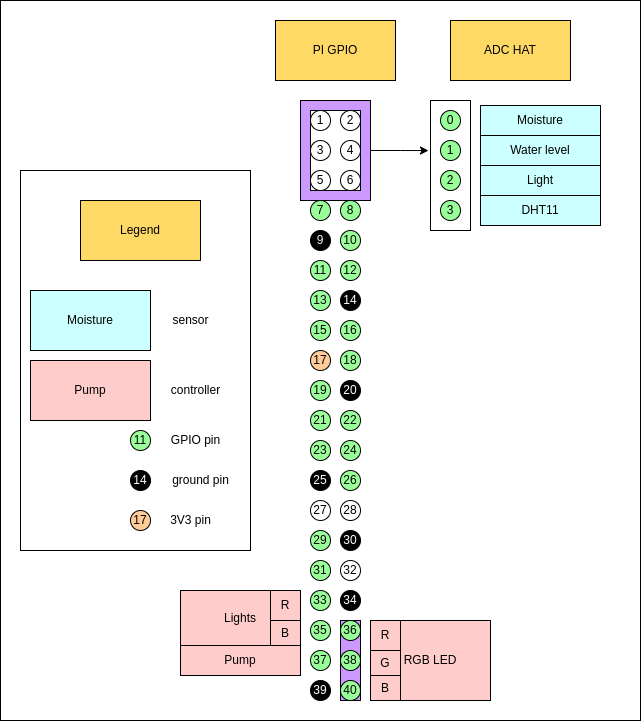
Before: .doc/images/PI_GPIO.drawio.png, a diagram exported from draw.io (farandg/potomatic-client). Source tidied: cells renumbered, new cells last; positions are measured from the earlier drawing's top-left corner, leaving out a move shared by most shapes. Its diagram source:
```xml
<mxGraphModel>
  <root>
    <mxCell id="0" />
    <mxCell id="1" parent="0" />
    <mxCell id="2" style="rounded=0;whiteSpace=wrap;html=1;strokeColor=default;fontColor=#000000;fillColor=#FFFFFF;" parent="1" vertex="1">
      <mxGeometry width="640" height="720" as="geometry" />
    </mxCell>
    <mxCell id="3" style="rounded=0;whiteSpace=wrap;html=1;fontColor=#FFFFFF;fillColor=#CC99FF;" parent="1" vertex="1">
      <mxGeometry x="340" y="620" width="20" height="80" as="geometry" />
    </mxCell>
    <mxCell id="4" style="edgeStyle=orthogonalEdgeStyle;rounded=0;jettySize=auto;html=1;entryX=-0.05;entryY=0.385;entryDx=0;entryDy=0;entryPerimeter=0;fontColor=#000000;" parent="1" edge="1" source="5" target="50">
      <mxGeometry relative="1" as="geometry" />
    </mxCell>
    <mxCell id="5" style="rounded=0;whiteSpace=wrap;html=1;fillColor=#CC99FF;" parent="1" vertex="1">
      <mxGeometry x="300" y="100" width="70" height="100" as="geometry" />
    </mxCell>
    <mxCell id="6" style="rounded=0;whiteSpace=wrap;html=1;fillColor=default;" parent="1" vertex="1">
      <mxGeometry x="310" y="110" width="50" height="80" as="geometry" />
    </mxCell>
    <mxCell id="7" value="1" style="ellipse;whiteSpace=wrap;html=1;" parent="1" vertex="1">
      <mxGeometry x="310" y="110" width="20" height="20" as="geometry" />
    </mxCell>
    <mxCell id="8" value="2" style="ellipse;whiteSpace=wrap;html=1;" parent="1" vertex="1">
      <mxGeometry x="340" y="110" width="20" height="20" as="geometry" />
    </mxCell>
    <mxCell id="9" value="4" style="ellipse;whiteSpace=wrap;html=1;" parent="1" vertex="1">
      <mxGeometry x="340" y="140" width="20" height="20" as="geometry" />
    </mxCell>
    <mxCell id="10" value="3" style="ellipse;whiteSpace=wrap;html=1;" parent="1" vertex="1">
      <mxGeometry x="310" y="140" width="20" height="20" as="geometry" />
    </mxCell>
    <mxCell id="11" value="6" style="ellipse;whiteSpace=wrap;html=1;" parent="1" vertex="1">
      <mxGeometry x="340" y="170" width="20" height="20" as="geometry" />
    </mxCell>
    <mxCell id="12" value="5" style="ellipse;whiteSpace=wrap;html=1;" parent="1" vertex="1">
      <mxGeometry x="310" y="170" width="20" height="20" as="geometry" />
    </mxCell>
    <mxCell id="13" value="8" style="ellipse;whiteSpace=wrap;html=1;fillColor=#99FF99;" parent="1" vertex="1">
      <mxGeometry x="340" y="200" width="20" height="20" as="geometry" />
    </mxCell>
    <mxCell id="14" value="7" style="ellipse;whiteSpace=wrap;html=1;fillColor=#99FF99;" parent="1" vertex="1">
      <mxGeometry x="310" y="200" width="20" height="20" as="geometry" />
    </mxCell>
    <mxCell id="15" value="10" style="ellipse;whiteSpace=wrap;html=1;fillColor=#99FF99;" parent="1" vertex="1">
      <mxGeometry x="340" y="230" width="20" height="20" as="geometry" />
    </mxCell>
    <mxCell id="16" value="&lt;font color=&quot;#f0f0f0&quot;&gt;9&lt;/font&gt;" style="ellipse;whiteSpace=wrap;html=1;fillColor=#000000;" parent="1" vertex="1">
      <mxGeometry x="310" y="230" width="20" height="20" as="geometry" />
    </mxCell>
    <mxCell id="17" value="&lt;font color=&quot;#ffffff&quot;&gt;20&lt;/font&gt;" style="ellipse;whiteSpace=wrap;html=1;fillColor=#000000;" parent="1" vertex="1">
      <mxGeometry x="340" y="380" width="20" height="20" as="geometry" />
    </mxCell>
    <mxCell id="18" value="19" style="ellipse;whiteSpace=wrap;html=1;fillColor=#99FF99;" parent="1" vertex="1">
      <mxGeometry x="310" y="380" width="20" height="20" as="geometry" />
    </mxCell>
    <mxCell id="19" value="11" style="ellipse;whiteSpace=wrap;html=1;fillColor=#99FF99;" parent="1" vertex="1">
      <mxGeometry x="310" y="260" width="20" height="20" as="geometry" />
    </mxCell>
    <mxCell id="20" value="12" style="ellipse;whiteSpace=wrap;html=1;fillColor=#99FF99;" parent="1" vertex="1">
      <mxGeometry x="340" y="260" width="20" height="20" as="geometry" />
    </mxCell>
    <mxCell id="21" value="&lt;font color=&quot;#ffffff&quot;&gt;14&lt;/font&gt;" style="ellipse;whiteSpace=wrap;html=1;fillColor=#000000;" parent="1" vertex="1">
      <mxGeometry x="340" y="290" width="20" height="20" as="geometry" />
    </mxCell>
    <mxCell id="22" value="13" style="ellipse;whiteSpace=wrap;html=1;fillColor=#99FF99;" parent="1" vertex="1">
      <mxGeometry x="310" y="290" width="20" height="20" as="geometry" />
    </mxCell>
    <mxCell id="23" value="15" style="ellipse;whiteSpace=wrap;html=1;fillColor=#99FF99;" parent="1" vertex="1">
      <mxGeometry x="310" y="320" width="20" height="20" as="geometry" />
    </mxCell>
    <mxCell id="24" value="16" style="ellipse;whiteSpace=wrap;html=1;fillColor=#99FF99;" parent="1" vertex="1">
      <mxGeometry x="340" y="320" width="20" height="20" as="geometry" />
    </mxCell>
    <mxCell id="25" value="18" style="ellipse;whiteSpace=wrap;html=1;fillColor=#99FF99;" parent="1" vertex="1">
      <mxGeometry x="340" y="350" width="20" height="20" as="geometry" />
    </mxCell>
    <mxCell id="26" value="17" style="ellipse;whiteSpace=wrap;html=1;fillColor=#FFCC99;" parent="1" vertex="1">
      <mxGeometry x="310" y="350" width="20" height="20" as="geometry" />
    </mxCell>
    <mxCell id="27" value="21" style="ellipse;whiteSpace=wrap;html=1;fillColor=#99FF99;" parent="1" vertex="1">
      <mxGeometry x="310" y="410" width="20" height="20" as="geometry" />
    </mxCell>
    <mxCell id="28" value="22" style="ellipse;whiteSpace=wrap;html=1;fillColor=#99FF99;" parent="1" vertex="1">
      <mxGeometry x="340" y="410" width="20" height="20" as="geometry" />
    </mxCell>
    <mxCell id="29" value="24" style="ellipse;whiteSpace=wrap;html=1;fillColor=#99FF99;" parent="1" vertex="1">
      <mxGeometry x="340" y="440" width="20" height="20" as="geometry" />
    </mxCell>
    <mxCell id="30" value="23" style="ellipse;whiteSpace=wrap;html=1;fillColor=#99FF99;" parent="1" vertex="1">
      <mxGeometry x="310" y="440" width="20" height="20" as="geometry" />
    </mxCell>
    <mxCell id="31" value="26" style="ellipse;whiteSpace=wrap;html=1;fillColor=#99FF99;" parent="1" vertex="1">
      <mxGeometry x="340" y="470" width="20" height="20" as="geometry" />
    </mxCell>
    <mxCell id="32" value="&lt;font color=&quot;#ffffff&quot;&gt;25&lt;/font&gt;" style="ellipse;whiteSpace=wrap;html=1;fillColor=#000000;" parent="1" vertex="1">
      <mxGeometry x="310" y="470" width="20" height="20" as="geometry" />
    </mxCell>
    <mxCell id="33" value="28" style="ellipse;whiteSpace=wrap;html=1;" parent="1" vertex="1">
      <mxGeometry x="340" y="500" width="20" height="20" as="geometry" />
    </mxCell>
    <mxCell id="34" value="27" style="ellipse;whiteSpace=wrap;html=1;" parent="1" vertex="1">
      <mxGeometry x="310" y="500" width="20" height="20" as="geometry" />
    </mxCell>
    <mxCell id="35" value="&lt;font color=&quot;#ffffff&quot;&gt;30&lt;/font&gt;" style="ellipse;whiteSpace=wrap;html=1;fillColor=#000000;" parent="1" vertex="1">
      <mxGeometry x="340" y="530" width="20" height="20" as="geometry" />
    </mxCell>
    <mxCell id="36" value="29" style="ellipse;whiteSpace=wrap;html=1;fillColor=#99FF99;" parent="1" vertex="1">
      <mxGeometry x="310" y="530" width="20" height="20" as="geometry" />
    </mxCell>
    <mxCell id="37" value="40" style="ellipse;whiteSpace=wrap;html=1;fillColor=#99FF99;" parent="1" vertex="1">
      <mxGeometry x="340" y="680" width="20" height="20" as="geometry" />
    </mxCell>
    <mxCell id="38" value="&lt;font color=&quot;#ffffff&quot;&gt;39&lt;/font&gt;" style="ellipse;whiteSpace=wrap;html=1;fillColor=#000000;" parent="1" vertex="1">
      <mxGeometry x="310" y="680" width="20" height="20" as="geometry" />
    </mxCell>
    <mxCell id="39" value="31" style="ellipse;whiteSpace=wrap;html=1;fillColor=#99FF99;" parent="1" vertex="1">
      <mxGeometry x="310" y="560" width="20" height="20" as="geometry" />
    </mxCell>
    <mxCell id="40" value="32" style="ellipse;whiteSpace=wrap;html=1;" parent="1" vertex="1">
      <mxGeometry x="340" y="560" width="20" height="20" as="geometry" />
    </mxCell>
    <mxCell id="41" value="&lt;font color=&quot;#ffffff&quot;&gt;34&lt;/font&gt;" style="ellipse;whiteSpace=wrap;html=1;fillColor=#000000;" parent="1" vertex="1">
      <mxGeometry x="340" y="590" width="20" height="20" as="geometry" />
    </mxCell>
    <mxCell id="42" value="33" style="ellipse;whiteSpace=wrap;html=1;fillColor=#99FF99;" parent="1" vertex="1">
      <mxGeometry x="310" y="590" width="20" height="20" as="geometry" />
    </mxCell>
    <mxCell id="43" value="35" style="ellipse;whiteSpace=wrap;html=1;fillColor=#99FF99;" parent="1" vertex="1">
      <mxGeometry x="310" y="620" width="20" height="20" as="geometry" />
    </mxCell>
    <mxCell id="44" value="36" style="ellipse;whiteSpace=wrap;html=1;fillColor=#99FF99;" parent="1" vertex="1">
      <mxGeometry x="340" y="620" width="20" height="20" as="geometry" />
    </mxCell>
    <mxCell id="45" value="38" style="ellipse;whiteSpace=wrap;html=1;fillColor=#99FF99;" parent="1" vertex="1">
      <mxGeometry x="340" y="650" width="20" height="20" as="geometry" />
    </mxCell>
    <mxCell id="46" value="37" style="ellipse;whiteSpace=wrap;html=1;fillColor=#99FF99;" parent="1" vertex="1">
      <mxGeometry x="310" y="650" width="20" height="20" as="geometry" />
    </mxCell>
    <mxCell id="47" value="ADC HAT" style="rounded=0;whiteSpace=wrap;html=1;fillColor=#FFD966;" parent="1" vertex="1">
      <mxGeometry x="450" y="20" width="120" height="60" as="geometry" />
    </mxCell>
    <mxCell id="48" value="&lt;font color=&quot;#000000&quot;&gt;RGB LED&lt;/font&gt;" style="rounded=0;whiteSpace=wrap;html=1;fontColor=#FFFFFF;fillColor=#FFCCCC;" parent="1" vertex="1">
      <mxGeometry x="370" y="620" width="120" height="80" as="geometry" />
    </mxCell>
    <mxCell id="49" style="rounded=0;whiteSpace=wrap;html=1;fontColor=#000000;fillColor=#FFFFFF;strokeColor=none;" parent="1" vertex="1">
      <mxGeometry x="370" y="620" width="30" height="80" as="geometry" />
    </mxCell>
    <mxCell id="50" style="rounded=0;whiteSpace=wrap;html=1;fontColor=#000000;fillColor=#FFFFFF;" parent="1" vertex="1">
      <mxGeometry x="430" y="100" width="40" height="130" as="geometry" />
    </mxCell>
    <mxCell id="51" value="0" style="ellipse;whiteSpace=wrap;html=1;fillColor=#99FF99;" parent="1" vertex="1">
      <mxGeometry x="440" y="110" width="20" height="20" as="geometry" />
    </mxCell>
    <mxCell id="52" value="1" style="ellipse;whiteSpace=wrap;html=1;fillColor=#99FF99;" parent="1" vertex="1">
      <mxGeometry x="440" y="140" width="20" height="20" as="geometry" />
    </mxCell>
    <mxCell id="53" value="2" style="ellipse;whiteSpace=wrap;html=1;fillColor=#99FF99;" parent="1" vertex="1">
      <mxGeometry x="440" y="170" width="20" height="20" as="geometry" />
    </mxCell>
    <mxCell id="54" value="3" style="ellipse;whiteSpace=wrap;html=1;fillColor=#99FF99;" parent="1" vertex="1">
      <mxGeometry x="440" y="200" width="20" height="20" as="geometry" />
    </mxCell>
    <mxCell id="55" value="PI GPIO" style="rounded=0;whiteSpace=wrap;html=1;fontColor=#000000;fillColor=#FFD966;" parent="1" vertex="1">
      <mxGeometry x="275" y="20" width="120" height="60" as="geometry" />
    </mxCell>
    <mxCell id="56" value="Moisture" style="rounded=0;whiteSpace=wrap;html=1;fontColor=#000000;fillColor=#CCFFFF;" parent="1" vertex="1">
      <mxGeometry x="480" y="105" width="120" height="30" as="geometry" />
    </mxCell>
    <mxCell id="57" value="Water level" style="rounded=0;whiteSpace=wrap;html=1;fontColor=#000000;fillColor=#CCFFFF;" parent="1" vertex="1">
      <mxGeometry x="480" y="135" width="120" height="30" as="geometry" />
    </mxCell>
    <mxCell id="58" value="Light" style="rounded=0;whiteSpace=wrap;html=1;fontColor=#000000;fillColor=#CCFFFF;" parent="1" vertex="1">
      <mxGeometry x="480" y="165" width="120" height="30" as="geometry" />
    </mxCell>
    <mxCell id="59" value="DHT11" style="rounded=0;whiteSpace=wrap;html=1;fontColor=#000000;fillColor=#CCFFFF;" parent="1" vertex="1">
      <mxGeometry x="480" y="195" width="120" height="30" as="geometry" />
    </mxCell>
    <mxCell id="60" value="Pump" style="rounded=0;whiteSpace=wrap;html=1;fontColor=#000000;fillColor=#FFCCCC;" parent="1" vertex="1">
      <mxGeometry x="180" y="645" width="120" height="30" as="geometry" />
    </mxCell>
    <mxCell id="61" value="Lights" style="rounded=0;whiteSpace=wrap;html=1;fontColor=#000000;fillColor=#FFCCCC;" parent="1" vertex="1">
      <mxGeometry x="180" y="590" width="120" height="55" as="geometry" />
    </mxCell>
    <mxCell id="62" value="R" style="rounded=0;whiteSpace=wrap;html=1;fontColor=#000000;fillColor=#FFCCCC;" parent="1" vertex="1">
      <mxGeometry x="270" y="590" width="30" height="30" as="geometry" />
    </mxCell>
    <mxCell id="63" value="B" style="rounded=0;whiteSpace=wrap;html=1;fontColor=#000000;fillColor=#FFCCCC;" parent="1" vertex="1">
      <mxGeometry x="270" y="620" width="30" height="25" as="geometry" />
    </mxCell>
    <mxCell id="64" value="R" style="rounded=0;whiteSpace=wrap;html=1;fontColor=#000000;fillColor=#FFCCCC;" parent="1" vertex="1">
      <mxGeometry x="370" y="620" width="30" height="30" as="geometry" />
    </mxCell>
    <mxCell id="65" value="B" style="rounded=0;whiteSpace=wrap;html=1;fontColor=#000000;fillColor=#FFCCCC;" parent="1" vertex="1">
      <mxGeometry x="370" y="675" width="30" height="25" as="geometry" />
    </mxCell>
    <mxCell id="66" value="G" style="rounded=0;whiteSpace=wrap;html=1;fontColor=#000000;fillColor=#FFCCCC;" parent="1" vertex="1">
      <mxGeometry x="370" y="650" width="30" height="25" as="geometry" />
    </mxCell>
    <mxCell id="67" style="group;" parent="1" vertex="1">
      <mxGeometry x="20" y="170" width="230" height="380" as="geometry" />
    </mxCell>
    <mxCell id="68" style="rounded=0;whiteSpace=wrap;html=1;strokeColor=default;fontColor=#000000;fillColor=#FFFFFF;" parent="67" vertex="1">
      <mxGeometry width="230" height="380" as="geometry" />
    </mxCell>
    <mxCell id="69" value="Legend" style="rounded=0;whiteSpace=wrap;html=1;fontColor=#000000;fillColor=#FFD966;" parent="67" vertex="1">
      <mxGeometry x="60" y="30" width="120" height="60" as="geometry" />
    </mxCell>
    <mxCell id="70" value="Moisture" style="rounded=0;whiteSpace=wrap;html=1;fontColor=#000000;fillColor=#CCFFFF;" parent="67" vertex="1">
      <mxGeometry x="10" y="120" width="120" height="60" as="geometry" />
    </mxCell>
    <mxCell id="71" value="11" style="ellipse;whiteSpace=wrap;html=1;fontColor=#000000;fillColor=#99FF99;" parent="67" vertex="1">
      <mxGeometry x="110" y="260" width="20" height="20" as="geometry" />
    </mxCell>
    <mxCell id="72" value="&lt;font color=&quot;#ffffff&quot;&gt;14&lt;/font&gt;" style="ellipse;whiteSpace=wrap;html=1;fillColor=#000000;" parent="67" vertex="1">
      <mxGeometry x="110" y="300" width="20" height="20" as="geometry" />
    </mxCell>
    <mxCell id="73" value="sensor" style="text;html=1;align=center;verticalAlign=middle;strokeColor=none;fillColor=none;fontColor=#000000;" parent="67" vertex="1">
      <mxGeometry x="140" y="135" width="60" height="30" as="geometry" />
    </mxCell>
    <mxCell id="74" value="Pump" style="rounded=0;whiteSpace=wrap;html=1;fontColor=#000000;fillColor=#FFCCCC;" parent="67" vertex="1">
      <mxGeometry x="10" y="190" width="120" height="60" as="geometry" />
    </mxCell>
    <mxCell id="75" value="controller" style="text;html=1;align=center;verticalAlign=middle;strokeColor=none;fillColor=none;fontColor=#000000;" parent="67" vertex="1">
      <mxGeometry x="140" y="205" width="70" height="30" as="geometry" />
    </mxCell>
    <mxCell id="76" value="GPIO pin" style="text;html=1;align=center;verticalAlign=middle;strokeColor=none;fillColor=none;fontColor=#000000;" parent="67" vertex="1">
      <mxGeometry x="140" y="255" width="70" height="30" as="geometry" />
    </mxCell>
    <mxCell id="77" value="ground pin" style="text;html=1;align=center;verticalAlign=middle;strokeColor=none;fillColor=none;fontColor=#000000;" parent="67" vertex="1">
      <mxGeometry x="140" y="295" width="80" height="30" as="geometry" />
    </mxCell>
    <mxCell id="78" value="17" style="ellipse;whiteSpace=wrap;html=1;fillColor=#FFCC99;" parent="67" vertex="1">
      <mxGeometry x="110" y="340" width="20" height="20" as="geometry" />
    </mxCell>
    <mxCell id="79" value="3V3 pin" style="text;html=1;align=center;verticalAlign=middle;strokeColor=none;fillColor=none;fontColor=#000000;" parent="67" vertex="1">
      <mxGeometry x="140" y="335" width="60" height="30" as="geometry" />
    </mxCell>
  </root>
</mxGraphModel>
```
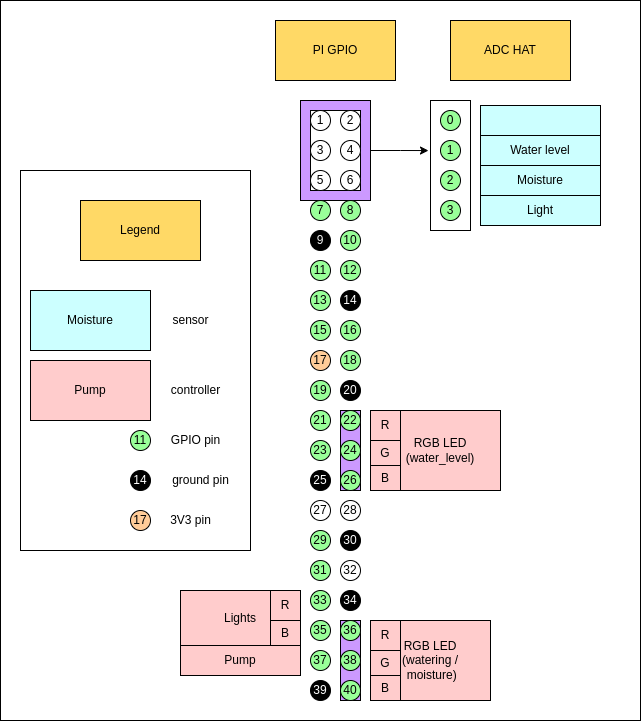
Later version of the same file.

Commit message:
updated pcb wiring diagram

Change to the diagram source:
```diff
@@ -5,6 +5,9 @@
     <mxCell id="2" style="rounded=0;whiteSpace=wrap;html=1;strokeColor=default;fontColor=#000000;fillColor=#FFFFFF;" parent="1" vertex="1">
       <mxGeometry width="640" height="720" as="geometry" />
     </mxCell>
+    <mxCell id="80" style="rounded=0;whiteSpace=wrap;html=1;fontColor=#FFFFFF;fillColor=#CC99FF;" parent="1" vertex="1">
+      <mxGeometry x="340" y="410" width="20" height="80" as="geometry" />
+    </mxCell>
     <mxCell id="3" style="rounded=0;whiteSpace=wrap;html=1;fontColor=#FFFFFF;fillColor=#CC99FF;" parent="1" vertex="1">
       <mxGeometry x="340" y="620" width="20" height="80" as="geometry" />
     </mxCell>
@@ -140,7 +143,7 @@
     <mxCell id="47" value="ADC HAT" style="rounded=0;whiteSpace=wrap;html=1;fillColor=#FFD966;" parent="1" vertex="1">
       <mxGeometry x="450" y="20" width="120" height="60" as="geometry" />
     </mxCell>
-    <mxCell id="48" value="&lt;font color=&quot;#000000&quot;&gt;RGB LED&lt;/font&gt;" style="rounded=0;whiteSpace=wrap;html=1;fontColor=#FFFFFF;fillColor=#FFCCCC;" parent="1" vertex="1">
+    <mxCell id="48" value="&lt;font style=&quot;--darkreader-inline-color:#181a1b;&quot; color=&quot;#000000&quot;&gt;RGB LED&lt;br&gt;(watering /&lt;br&gt;&amp;nbsp;moisture)&lt;br&gt;&lt;/font&gt;" style="rounded=0;whiteSpace=wrap;html=1;fontColor=#FFFFFF;fillColor=#FFCCCC;" parent="1" vertex="1">
       <mxGeometry x="370" y="620" width="120" height="80" as="geometry" />
     </mxCell>
     <mxCell id="49" style="rounded=0;whiteSpace=wrap;html=1;fontColor=#000000;fillColor=#FFFFFF;strokeColor=none;" parent="1" vertex="1">
@@ -164,16 +167,16 @@
     <mxCell id="55" value="PI GPIO" style="rounded=0;whiteSpace=wrap;html=1;fontColor=#000000;fillColor=#FFD966;" parent="1" vertex="1">
       <mxGeometry x="275" y="20" width="120" height="60" as="geometry" />
     </mxCell>
-    <mxCell id="56" value="Moisture" style="rounded=0;whiteSpace=wrap;html=1;fontColor=#000000;fillColor=#CCFFFF;" parent="1" vertex="1">
+    <mxCell id="56" style="rounded=0;whiteSpace=wrap;html=1;fontColor=#000000;fillColor=#CCFFFF;" parent="1" vertex="1">
       <mxGeometry x="480" y="105" width="120" height="30" as="geometry" />
     </mxCell>
     <mxCell id="57" value="Water level" style="rounded=0;whiteSpace=wrap;html=1;fontColor=#000000;fillColor=#CCFFFF;" parent="1" vertex="1">
       <mxGeometry x="480" y="135" width="120" height="30" as="geometry" />
     </mxCell>
-    <mxCell id="58" value="Light" style="rounded=0;whiteSpace=wrap;html=1;fontColor=#000000;fillColor=#CCFFFF;" parent="1" vertex="1">
+    <mxCell id="58" value="Moisture" style="rounded=0;whiteSpace=wrap;html=1;fontColor=#000000;fillColor=#CCFFFF;" parent="1" vertex="1">
       <mxGeometry x="480" y="165" width="120" height="30" as="geometry" />
     </mxCell>
-    <mxCell id="59" value="DHT11" style="rounded=0;whiteSpace=wrap;html=1;fontColor=#000000;fillColor=#CCFFFF;" parent="1" vertex="1">
+    <mxCell id="59" value="Light" style="rounded=0;whiteSpace=wrap;html=1;fontColor=#000000;fillColor=#CCFFFF;" parent="1" vertex="1">
       <mxGeometry x="480" y="195" width="120" height="30" as="geometry" />
     </mxCell>
     <mxCell id="60" value="Pump" style="rounded=0;whiteSpace=wrap;html=1;fontColor=#000000;fillColor=#FFCCCC;" parent="1" vertex="1">
@@ -236,5 +239,17 @@
     <mxCell id="79" value="3V3 pin" style="text;html=1;align=center;verticalAlign=middle;strokeColor=none;fillColor=none;fontColor=#000000;" parent="67" vertex="1">
       <mxGeometry x="140" y="335" width="60" height="30" as="geometry" />
     </mxCell>
+    <mxCell id="81" value="&lt;font style=&quot;--darkreader-inline-color:#181a1b;&quot; color=&quot;#000000&quot;&gt;RGB LED&lt;br&gt;(water_level)&lt;br&gt;&lt;/font&gt;" style="rounded=0;whiteSpace=wrap;html=1;fontColor=#FFFFFF;fillColor=#FFCCCC;" parent="1" vertex="1">
+      <mxGeometry x="380" y="410" width="120" height="80" as="geometry" />
+    </mxCell>
+    <mxCell id="82" value="R" style="rounded=0;whiteSpace=wrap;html=1;fontColor=#000000;fillColor=#FFCCCC;" parent="1" vertex="1">
+      <mxGeometry x="370" y="410" width="30" height="30" as="geometry" />
+    </mxCell>
+    <mxCell id="83" value="B" style="rounded=0;whiteSpace=wrap;html=1;fontColor=#000000;fillColor=#FFCCCC;" parent="1" vertex="1">
+      <mxGeometry x="370" y="465" width="30" height="25" as="geometry" />
+    </mxCell>
+    <mxCell id="84" value="G" style="rounded=0;whiteSpace=wrap;html=1;fontColor=#000000;fillColor=#FFCCCC;" parent="1" vertex="1">
+      <mxGeometry x="370" y="440" width="30" height="25" as="geometry" />
+    </mxCell>
   </root>
 </mxGraphModel>
```
